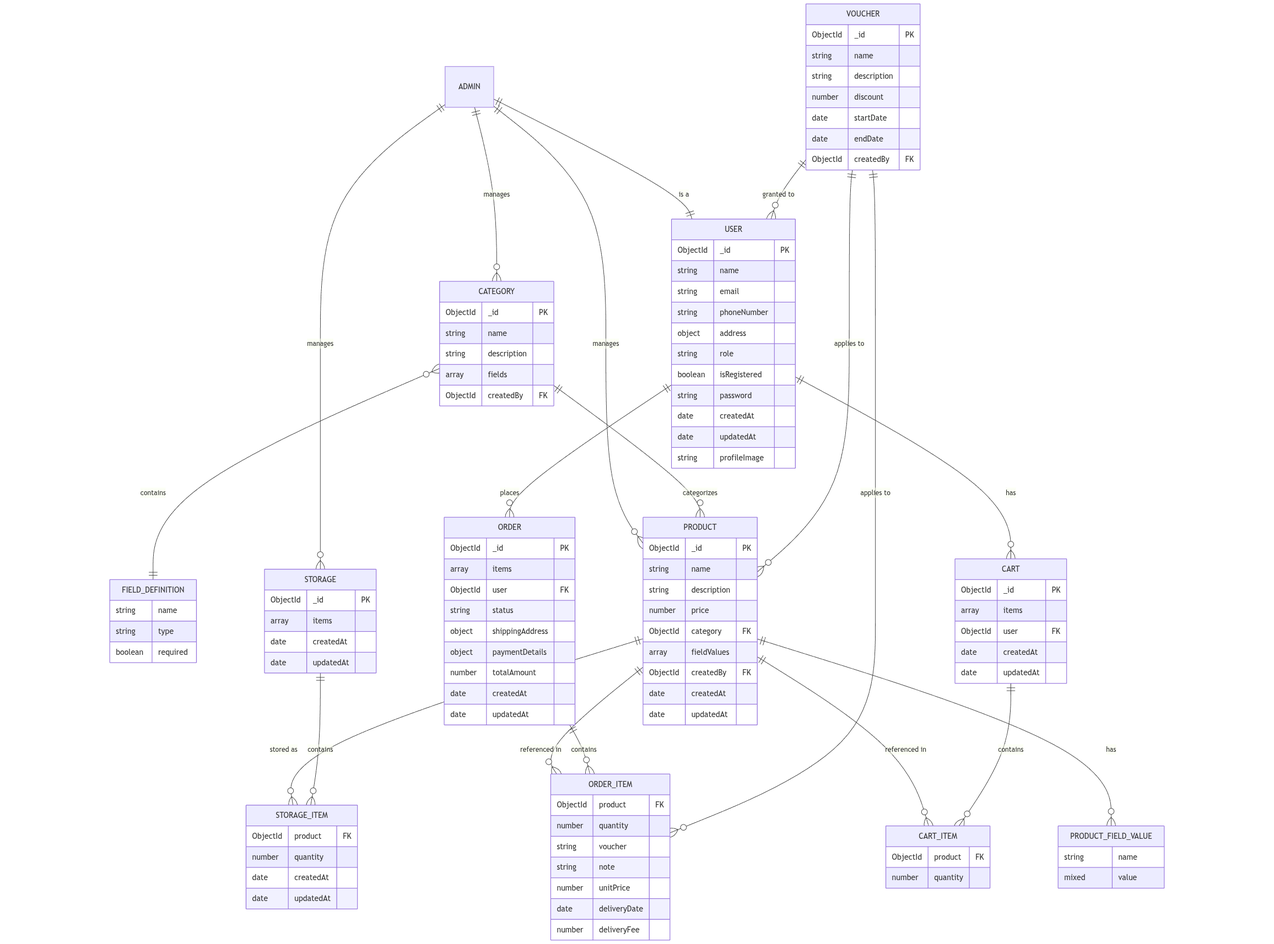
Before: database-design/db.png, a diagram exported from Mermaid (hungtran3011/SAD-uml). Its source is kept beside it as database-design/db.mmd.
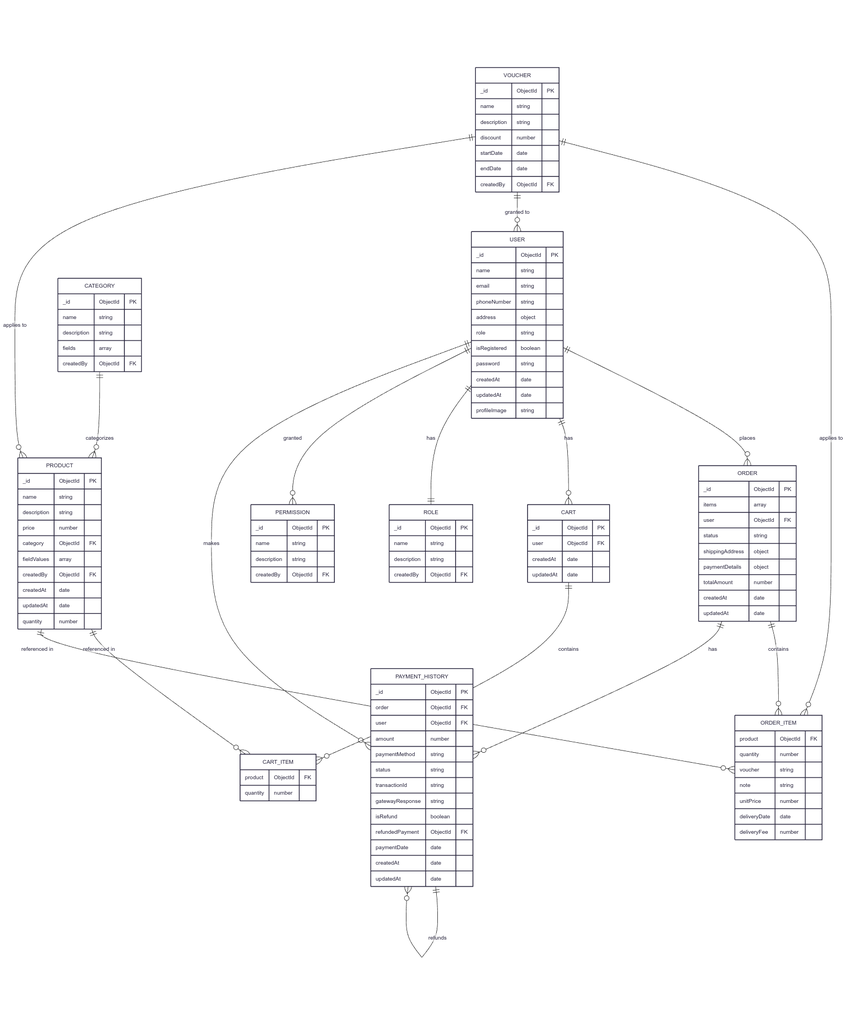
After the commit.

The edit, as a diff of the source:
```diff
@@ -13,9 +13,6 @@
         profileImage string
     }
 
-    ADMIN {
-
-    }
 
     CATEGORY {
         _id ObjectId PK
@@ -25,11 +22,20 @@
         createdBy ObjectId FK
     }
 
-    FIELD_DEFINITION {
+    ROLE {
+        _id ObjectId PK
         name string
-        type string
-        required boolean
+        description string
+        createdBy ObjectId FK
     }
+
+    PERMISSION {
+        _id ObjectId PK
+        name string
+        description string
+        createdBy ObjectId FK
+    }
+
 
     PRODUCT {
         _id ObjectId PK
@@ -44,10 +50,6 @@
         quantity number
     }
 
-    PRODUCT_FIELD_VALUE {
-        name string
-        value mixed
-    }
 
     CART {
         _id ObjectId PK
@@ -111,15 +113,15 @@
         updatedAt date
     }
 
-    ADMIN ||--|| USER: "is a"
 
     USER ||--o{ ORDER : "places"
     USER ||--o{ CART : "has"
+    USER ||--|| ROLE : "has"
+    USER ||--o{ PERMISSION : "granted"
     USER ||--o{ PAYMENT_HISTORY : "makes"
     CATEGORY ||--o{ PRODUCT : "categorizes"
-    CATEGORY }o--|| FIELD_DEFINITION : "contains"
+    PAYMENT_HISTORY ||--o{ PAYMENT_HISTORY : "refunds"
 
-    PRODUCT ||--o{ PRODUCT_FIELD_VALUE : "has"
     PRODUCT ||--o{ CART_ITEM : "referenced in"
     PRODUCT ||--o{ ORDER_ITEM : "referenced in"
 
@@ -132,4 +134,3 @@
     VOUCHER ||--o{ USER : "granted to"
     VOUCHER ||--o{ PRODUCT : "applies to"
 
-    PAYMENT_HISTORY ||--o{ PAYMENT_HISTORY : "refunds"
```
